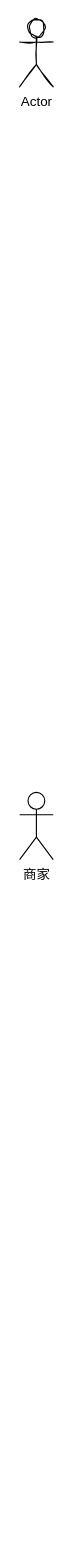
Above: Kemai/好餐谋V11启用扫码点餐流程图.drawio in noobwu/diagrams (draw.io), before the change. Source tidied: cells renumbered, new cells numbered last; positions are measured from the earlier drawing's top-left corner, leaving out a move shared by most shapes. Both pictures are drawn from the tidied source at 112%, with x=0, y=0 at pixel (19, 19).
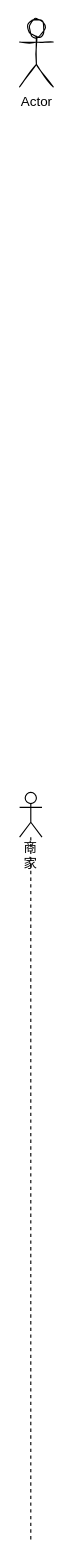
The same diagram, later.

Commit message (it also covers changes not shown here):
更新好餐谋V11启用扫码点餐流程图.drawio

Change to the diagram source:
```diff
@@
 <mxGraphModel>
   <root>
     <mxCell id="0" />
     <mxCell id="1" parent="0" />
     <mxCell id="2" value="Actor" style="shape=umlActor;verticalLabelPosition=bottom;verticalAlign=top;html=1;rounded=0;sketch=1;" parent="1" vertex="1">
       <mxGeometry width="30" height="60" as="geometry" />
     </mxCell>
-    <mxCell id="3" value="商家" style="shape=umlActor;verticalLabelPosition=bottom;verticalAlign=top;html=1;rounded=0;sketch=0;" parent="1" vertex="1">
-      <mxGeometry y="690" width="30" height="60" as="geometry" />
+    <mxCell id="3" value="商家" style="shape=umlLifeline;participant=umlActor;perimeter=lifelinePerimeter;whiteSpace=wrap;html=1;verticalAlign=top;spacingTop=36;rounded=0;sketch=0;" parent="1" vertex="1">
+      <mxGeometry y="690" width="20" height="670" as="geometry" />
     </mxCell>
   </root>
 </mxGraphModel>
```
